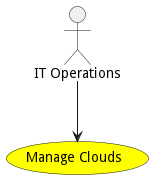
madajaju/edgemere keeps this PlantUML diagram as docs/edgemere/sml/usecases/manageclouds/Activities.png. Above is the earlier version.
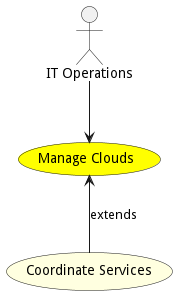
Later version of the same file.

Change to the diagram source:
```diff
@@ -11,6 +11,10 @@
 
 
 
+usecase "Coordinate Services" as CoordinateServices #lightyellow
+
+ManageClouds <-- CoordinateServices : extends
+
 
 
 
```
